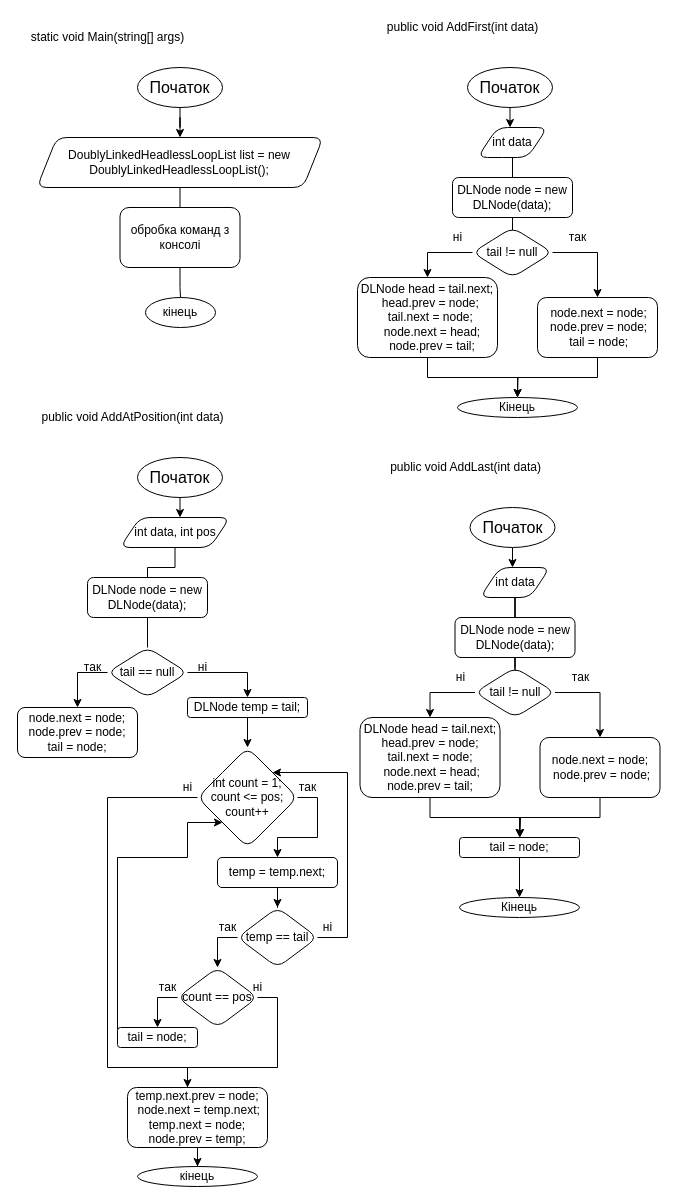
This is laba_4/Untitled Diagram.drawio from IKatiaI/ads-nahorna-kp13, a draw.io file, before an edit. Source tidied: cells renumbered, new cells numbered last; positions are measured from the earlier drawing's top-left corner, leaving out a move shared by most shapes. Both pictures are drawn from the tidied source at 100%, with x=0, y=0 at pixel (17, 17).
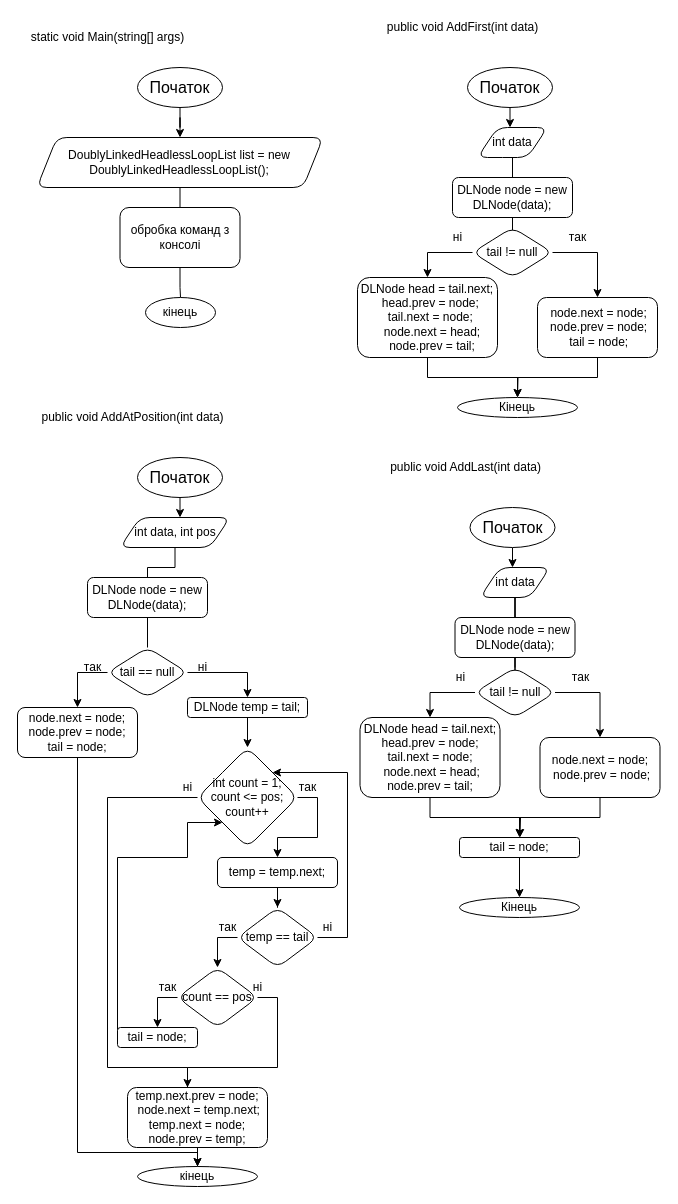
The same diagram, later.

The change refers to these unchanged cells:
```xml
<mxCell id="84" value="кінець" style="ellipse;whiteSpace=wrap;html=1;rounded=1;" parent="1" vertex="1">
  <mxGeometry x="120" y="1149" width="120" height="20" as="geometry" />
</mxCell>
```

Diff of the diagram source:
```diff
@@
+    <mxCell id="85" style="edgeStyle=orthogonalEdgeStyle;rounded=0;jettySize=auto;html=1;exitX=0.5;exitY=1;exitDx=0;exitDy=0;entryX=0.5;entryY=0;entryDx=0;entryDy=0;endArrow=classic;endFill=1;" parent="1" edge="1" target="84">
+      <mxGeometry relative="1" as="geometry">
+        <mxPoint x="60" y="735" as="sourcePoint" />
+        <Array as="points">
+          <mxPoint x="60" y="1135" />
+          <mxPoint x="180" y="1135" />
+        </Array>
+      </mxGeometry>
+    </mxCell>
```
